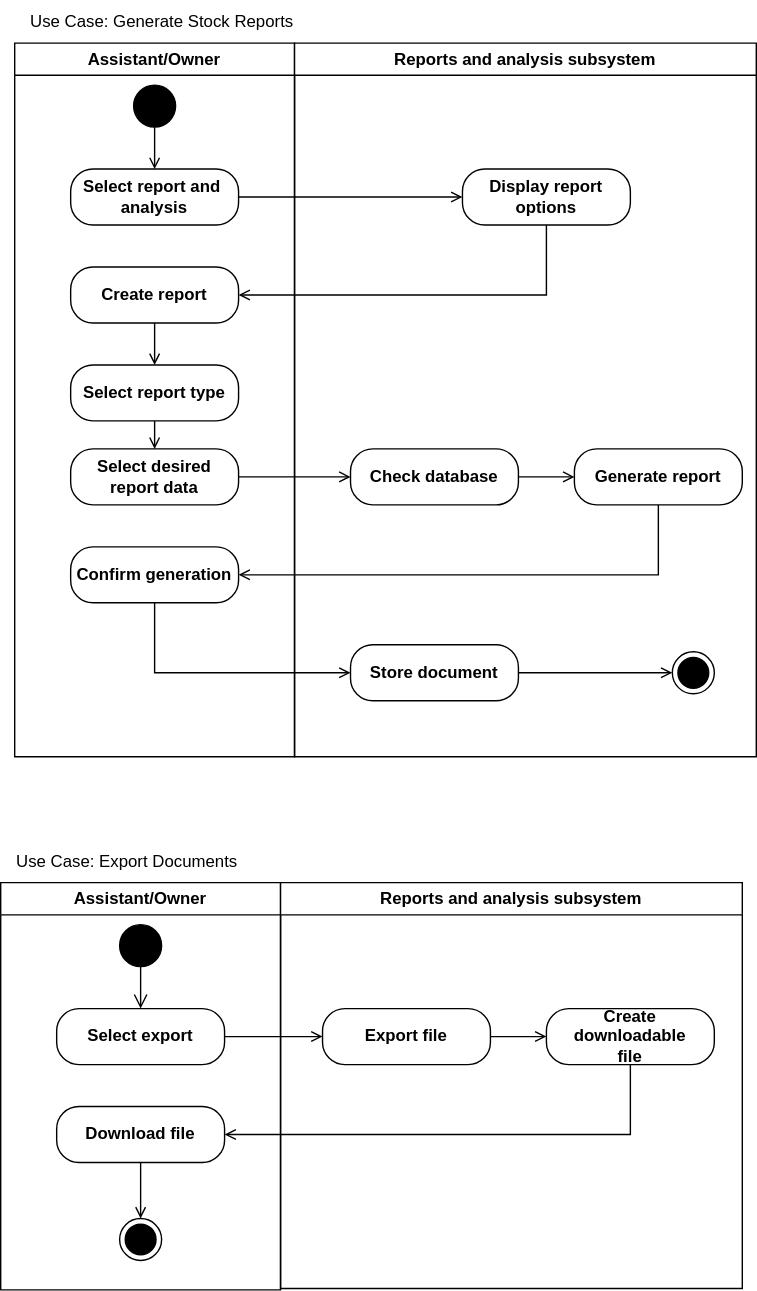
The draw.io diagram Reports_analysis_Activity.svg in Simamkele88/IFM3_GP, before a commit. Source tidied: cells renumbered, new cells last; positions are measured from the earlier drawing's top-left corner, leaving out a move shared by most shapes.
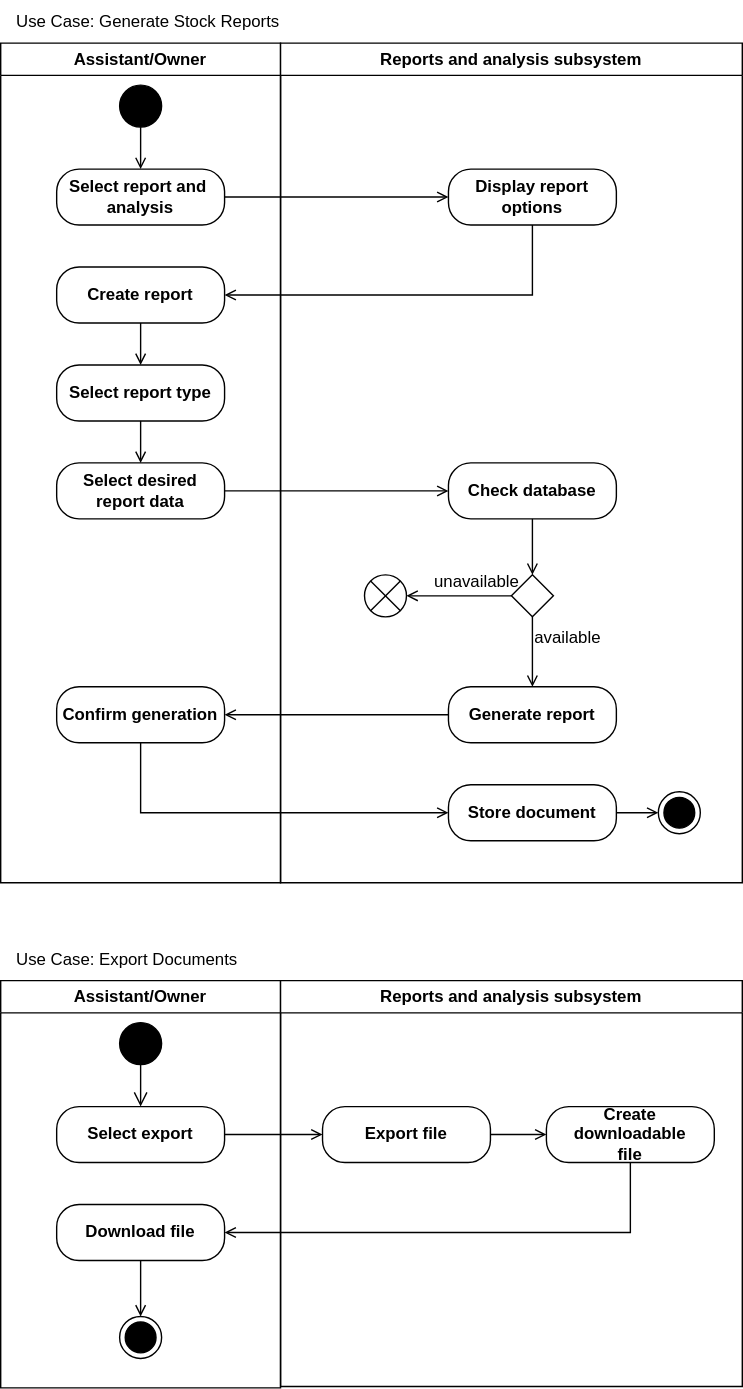
The same diagram one commit later.

Diff of the diagram source:
```diff
@@ -3,7 +3,7 @@
     <mxCell id="0" />
     <mxCell id="1" parent="0" />
     <mxCell id="2" value="Assistant/Owner" style="swimlane;whiteSpace=wrap;html=1;startSize=23;" parent="1" vertex="1">
-      <mxGeometry x="10" y="30" width="200" height="510" as="geometry" />
+      <mxGeometry x="10" y="30" width="200" height="600" as="geometry" />
     </mxCell>
     <mxCell id="3" value="Select report and&amp;nbsp;&lt;div&gt;analysis&lt;/div&gt;" style="rounded=1;whiteSpace=wrap;html=1;strokeColor=default;align=center;verticalAlign=middle;arcSize=40;fontFamily=Helvetica;fontSize=12;fontColor=default;fillColor=default;fontStyle=1;" parent="2" vertex="1">
       <mxGeometry x="40" y="90" width="120" height="40" as="geometry" />
@@ -28,60 +28,79 @@
         </Array>
       </mxGeometry>
     </mxCell>
+    <mxCell id="12" value="Select desired report data" style="rounded=1;whiteSpace=wrap;html=1;strokeColor=default;align=center;verticalAlign=middle;arcSize=40;fontFamily=Helvetica;fontSize=12;fontColor=default;fillColor=default;fontStyle=1;" parent="2" vertex="1">
+      <mxGeometry x="40" y="300" width="120" height="40" as="geometry" />
+    </mxCell>
+    <mxCell id="39" style="endArrow=open;html=1;rounded=0;entryX=0.5;entryY=0;entryDx=0;entryDy=0;endFill=0;edgeStyle=orthogonalEdgeStyle;exitX=0.5;exitY=1;exitDx=0;exitDy=0;" parent="2" edge="1" source="7" target="12">
+      <mxGeometry relative="1" as="geometry" />
+    </mxCell>
     <mxCell id="9" value="Reports and analysis subsystem" style="swimlane;whiteSpace=wrap;html=1;" parent="1" vertex="1">
-      <mxGeometry x="210" y="30" width="330" height="510" as="geometry" />
+      <mxGeometry x="210" y="30" width="330" height="600" as="geometry" />
     </mxCell>
     <mxCell id="10" value="Display report&lt;div&gt;options&lt;/div&gt;" style="rounded=1;whiteSpace=wrap;html=1;strokeColor=default;align=center;verticalAlign=middle;arcSize=40;fontFamily=Helvetica;fontSize=12;fontColor=default;fillColor=default;fontStyle=1;" parent="9" vertex="1">
       <mxGeometry x="120" y="90" width="120" height="40" as="geometry" />
     </mxCell>
-    <mxCell id="11" style="endArrow=open;html=1;rounded=0;endFill=0;edgeStyle=orthogonalEdgeStyle;exitX=0.5;exitY=1;exitDx=0;exitDy=0;entryX=1;entryY=0.5;entryDx=0;entryDy=0;" parent="9" edge="1" source="14" target="18">
+    <mxCell id="11" style="endArrow=open;html=1;rounded=0;endFill=0;edgeStyle=orthogonalEdgeStyle;exitX=0;exitY=0.5;exitDx=0;exitDy=0;entryX=1;entryY=0.5;entryDx=0;entryDy=0;" parent="9" edge="1" source="14" target="18">
       <mxGeometry relative="1" as="geometry" />
     </mxCell>
-    <mxCell id="12" value="Select desired report data" style="rounded=1;whiteSpace=wrap;html=1;strokeColor=default;align=center;verticalAlign=middle;arcSize=40;fontFamily=Helvetica;fontSize=12;fontColor=default;fillColor=default;fontStyle=1;" parent="9" vertex="1">
-      <mxGeometry x="-160" y="290" width="120" height="40" as="geometry" />
-    </mxCell>
-    <mxCell id="13" style="endArrow=open;html=1;rounded=0;entryX=0;entryY=0.5;entryDx=0;entryDy=0;endFill=0;edgeStyle=orthogonalEdgeStyle;exitX=1;exitY=0.5;exitDx=0;exitDy=0;" parent="9" edge="1" source="12" target="20">
-      <mxGeometry relative="1" as="geometry" />
-    </mxCell>
     <mxCell id="14" value="Generate report" style="rounded=1;whiteSpace=wrap;html=1;strokeColor=default;align=center;verticalAlign=middle;arcSize=40;fontFamily=Helvetica;fontSize=12;fontColor=default;fillColor=default;fontStyle=1;" parent="9" vertex="1">
-      <mxGeometry x="200" y="290" width="120" height="40" as="geometry" />
+      <mxGeometry x="120" y="460" width="120" height="40" as="geometry" />
     </mxCell>
     <mxCell id="15" value="Store document" style="rounded=1;whiteSpace=wrap;html=1;strokeColor=default;align=center;verticalAlign=middle;arcSize=40;fontFamily=Helvetica;fontSize=12;fontColor=default;fillColor=default;fontStyle=1;" parent="9" vertex="1">
-      <mxGeometry x="40" y="430" width="120" height="40" as="geometry" />
+      <mxGeometry x="120" y="530" width="120" height="40" as="geometry" />
     </mxCell>
     <mxCell id="16" style="endArrow=open;html=1;rounded=0;entryX=0;entryY=0.5;entryDx=0;entryDy=0;endFill=0;edgeStyle=orthogonalEdgeStyle;exitX=1;exitY=0.5;exitDx=0;exitDy=0;" parent="9" edge="1" source="15">
       <mxGeometry relative="1" as="geometry">
-        <mxPoint x="270" y="450" as="targetPoint" />
-        <Array as="points">
-          <mxPoint x="210" y="450" />
-          <mxPoint x="210" y="450" />
-        </Array>
+        <mxPoint x="270" y="550" as="targetPoint" />
       </mxGeometry>
     </mxCell>
     <mxCell id="17" style="endArrow=open;html=1;rounded=0;entryX=0;entryY=0.5;entryDx=0;entryDy=0;endFill=0;edgeStyle=orthogonalEdgeStyle;exitX=0.5;exitY=1;exitDx=0;exitDy=0;" parent="9" edge="1" source="18" target="15">
       <mxGeometry relative="1" as="geometry">
         <Array as="points">
-          <mxPoint x="-100" y="450" />
+          <mxPoint x="-100" y="550" />
         </Array>
       </mxGeometry>
     </mxCell>
     <mxCell id="18" value="Confirm generation" style="rounded=1;whiteSpace=wrap;html=1;strokeColor=default;align=center;verticalAlign=middle;arcSize=40;fontFamily=Helvetica;fontSize=12;fontColor=default;fillColor=default;fontStyle=1;" parent="9" vertex="1">
-      <mxGeometry x="-160" y="360" width="120" height="40" as="geometry" />
+      <mxGeometry x="-160" y="460" width="120" height="40" as="geometry" />
     </mxCell>
     <mxCell id="19" style="ellipse;html=1;shape=endState;fillColor=strokeColor;" parent="9" vertex="1">
-      <mxGeometry x="270" y="435" width="30" height="30" as="geometry" />
+      <mxGeometry x="270" y="535" width="30" height="30" as="geometry" />
     </mxCell>
     <mxCell id="20" value="Check database" style="rounded=1;whiteSpace=wrap;html=1;strokeColor=default;align=center;verticalAlign=middle;arcSize=40;fontFamily=Helvetica;fontSize=12;fontColor=default;fillColor=default;fontStyle=1;" parent="9" vertex="1">
-      <mxGeometry x="40" y="290" width="120" height="40" as="geometry" />
+      <mxGeometry x="120" y="300" width="120" height="40" as="geometry" />
     </mxCell>
-    <mxCell id="21" style="endArrow=open;html=1;rounded=0;entryX=0;entryY=0.5;entryDx=0;entryDy=0;endFill=0;edgeStyle=orthogonalEdgeStyle;exitX=1;exitY=0.5;exitDx=0;exitDy=0;" parent="9" edge="1" source="20" target="14">
+    <mxCell id="21" style="endArrow=open;html=1;rounded=0;endFill=0;edgeStyle=orthogonalEdgeStyle;exitX=0.5;exitY=1;exitDx=0;exitDy=0;entryX=0.5;entryY=0;entryDx=0;entryDy=0;" parent="9" edge="1" source="20" target="40">
       <mxGeometry relative="1" as="geometry" />
     </mxCell>
+    <mxCell id="40" style="rhombus;" parent="9" vertex="1">
+      <mxGeometry x="165" y="380" width="30" height="30" as="geometry" />
+    </mxCell>
+    <mxCell id="41" style="shape=sumEllipse;perimeter=ellipsePerimeter;html=1;backgroundOutline=1;" parent="9" vertex="1">
+      <mxGeometry x="60" y="380" width="30" height="30" as="geometry" />
+    </mxCell>
+    <mxCell id="42" style="endArrow=open;html=1;rounded=0;endFill=0;edgeStyle=orthogonalEdgeStyle;exitX=0.5;exitY=1;exitDx=0;exitDy=0;entryX=0.5;entryY=0;entryDx=0;entryDy=0;" parent="9" edge="1" source="40" target="14">
+      <mxGeometry relative="1" as="geometry">
+        <Array as="points">
+          <mxPoint x="180" y="440" />
+          <mxPoint x="180" y="440" />
+        </Array>
+      </mxGeometry>
+    </mxCell>
+    <mxCell id="43" value="available" style="text;html=1;align=center;verticalAlign=middle;strokeColor=none;fillColor=none;" parent="9" vertex="1">
+      <mxGeometry x="170" y="410" width="70" height="30" as="geometry" />
+    </mxCell>
+    <mxCell id="44" value="unavailable" style="text;html=1;align=center;verticalAlign=middle;strokeColor=none;fillColor=none;" parent="9" vertex="1">
+      <mxGeometry x="100" y="370" width="80" height="30" as="geometry" />
+    </mxCell>
+    <mxCell id="45" style="endArrow=open;html=1;rounded=0;endFill=0;edgeStyle=orthogonalEdgeStyle;exitX=0;exitY=0.5;exitDx=0;exitDy=0;entryX=1;entryY=0.5;entryDx=0;entryDy=0;" parent="9" edge="1" source="40" target="41">
+      <mxGeometry relative="1" as="geometry" />
+    </mxCell>
     <mxCell id="22" style="endArrow=open;html=1;rounded=0;exitX=1;exitY=0.5;exitDx=0;exitDy=0;entryX=0;entryY=0.5;entryDx=0;entryDy=0;endFill=0;" parent="1" edge="1" source="3" target="10">
       <mxGeometry relative="1" as="geometry" />
     </mxCell>
     <mxCell id="23" value="Assistant/Owner" style="swimlane;whiteSpace=wrap;html=1;" parent="1" vertex="1">
-      <mxGeometry y="630" width="200" height="291" as="geometry" />
+      <mxGeometry x="10" y="700" width="200" height="291" as="geometry" />
     </mxCell>
     <mxCell id="24" style="edgeStyle=orthogonalEdgeStyle;html=1;verticalAlign=middle;endArrow=open;endSize=8;strokeColor=default;rounded=0;entryX=0.5;entryY=0;entryDx=0;entryDy=0;align=center;fontFamily=Helvetica;fontSize=11;fontColor=default;labelBackgroundColor=default;endFill=0;exitX=0.5;exitY=1;exitDx=0;exitDy=0;" parent="23" edge="1" source="28" target="25">
       <mxGeometry relative="1" as="geometry" />
@@ -102,7 +121,7 @@
       <mxGeometry x="85" y="240" width="30" height="30" as="geometry" />
     </mxCell>
     <mxCell id="30" value="Reports and analysis subsystem" style="swimlane;whiteSpace=wrap;html=1;" parent="1" vertex="1">
-      <mxGeometry x="200" y="630" width="330" height="290" as="geometry" />
+      <mxGeometry x="210" y="700" width="330" height="290" as="geometry" />
     </mxCell>
     <mxCell id="31" value="Export file" style="rounded=1;whiteSpace=wrap;html=1;strokeColor=default;align=center;verticalAlign=middle;arcSize=40;fontFamily=Helvetica;fontSize=12;fontColor=default;fillColor=default;fontStyle=1;" parent="30" vertex="1">
       <mxGeometry x="30" y="90" width="120" height="40" as="geometry" />
@@ -130,10 +149,10 @@
       <mxGeometry x="10" width="210" height="30" as="geometry" />
     </mxCell>
     <mxCell id="38" value="Use Case: Export Documents" style="text;html=1;align=center;verticalAlign=middle;strokeColor=none;fillColor=none;" parent="1" vertex="1">
-      <mxGeometry y="600" width="180" height="30" as="geometry" />
+      <mxGeometry x="10" y="670" width="180" height="30" as="geometry" />
     </mxCell>
-    <mxCell id="39" style="endArrow=open;html=1;rounded=0;entryX=0.5;entryY=0;entryDx=0;entryDy=0;endFill=0;edgeStyle=orthogonalEdgeStyle;exitX=0.5;exitY=1;exitDx=0;exitDy=0;" parent="1" edge="1" source="7" target="12">
-      <mxGeometry relative="1" as="geometry" />
-    </mxCell>
+    <mxCell id="13" style="endArrow=open;html=1;rounded=0;entryX=0;entryY=0.5;entryDx=0;entryDy=0;endFill=0;edgeStyle=orthogonalEdgeStyle;exitX=1;exitY=0.5;exitDx=0;exitDy=0;" parent="1" edge="1" source="12" target="20">
+      <mxGeometry relative="1" as="geometry" />
+    </mxCell>
   </root>
 </mxGraphModel>
```
